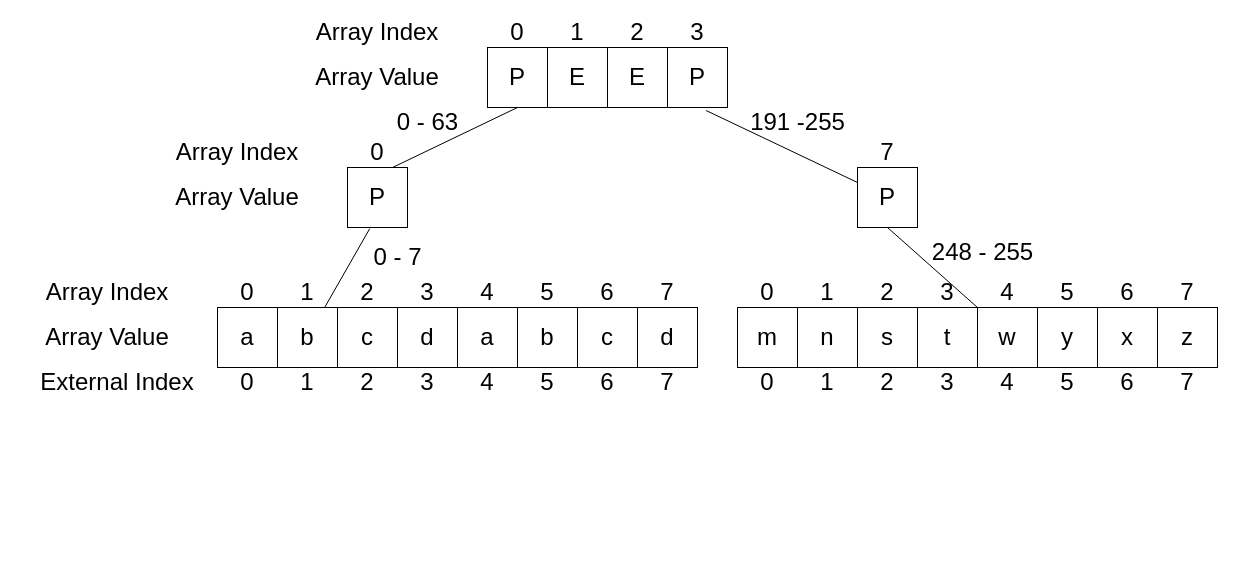
Before: docs/src/ndaids/basicArrayPlusOneWithSpaceOptimization.drawio in adligo/i_collections.adligo.org, a draw.io diagram. Source tidied: cells renumbered, new cells numbered last; positions are measured from the earlier drawing's top-left corner, leaving out a move shared by most shapes. Both pictures are drawn from the tidied source at 100%, with x=0, y=0 at pixel (17, 17).
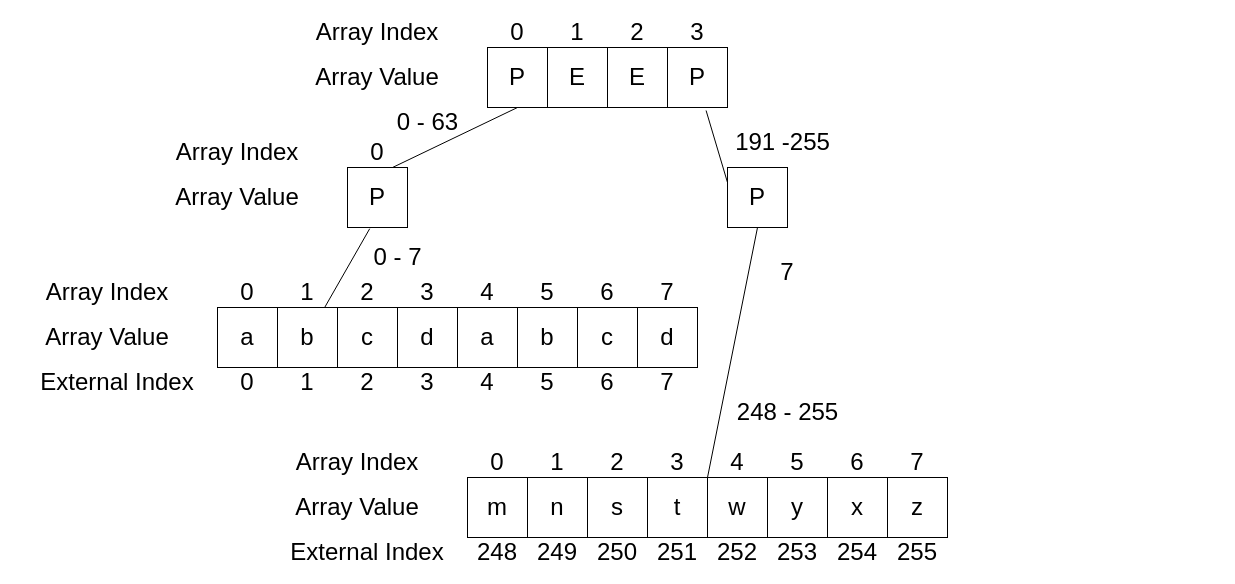
The same diagram, later.

Change to the diagram source:
```diff
@@
     <mxCell id="35" value="P" style="rounded=0;whiteSpace=wrap;html=1;fontSize=24;" parent="1" vertex="1">
-      <mxGeometry x="840" y="150" width="60" height="60" as="geometry" />
+      <mxGeometry x="710" y="150" width="60" height="60" as="geometry" />
     </mxCell>
     <mxCell id="36" value="7" style="text;html=1;strokeColor=none;fillColor=none;align=center;verticalAlign=middle;whiteSpace=wrap;rounded=0;fontSize=24;" parent="1" vertex="1">
-      <mxGeometry x="840" y="120" width="60" height="30" as="geometry" />
+      <mxGeometry x="740" y="240" width="60" height="30" as="geometry" />
     </mxCell>
@@
     <mxCell id="39" value="191 -255" style="text;html=1;align=center;verticalAlign=middle;strokeColor=none;fillColor=none;fontSize=24;" parent="1" vertex="1">
-      <mxGeometry x="725" y="90" width="110" height="30" as="geometry" />
+      <mxGeometry x="710" y="110" width="110" height="30" as="geometry" />
     </mxCell>
     <mxCell id="40" value="248 - 255" style="text;html=1;align=center;verticalAlign=middle;strokeColor=none;fillColor=none;fontSize=24;" parent="1" vertex="1">
-      <mxGeometry x="905" y="220" width="120" height="30" as="geometry" />
+      <mxGeometry x="710" y="380" width="120" height="30" as="geometry" />
     </mxCell>
@@
     <mxCell id="53" value="m" style="rounded=0;whiteSpace=wrap;html=1;fontSize=24;" parent="1" vertex="1">
-      <mxGeometry x="720" y="290" width="60" height="60" as="geometry" />
+      <mxGeometry x="450" y="460" width="60" height="60" as="geometry" />
     </mxCell>
     <mxCell id="54" value="n" style="rounded=0;whiteSpace=wrap;html=1;fontSize=24;" parent="1" vertex="1">
-      <mxGeometry x="780" y="290" width="60" height="60" as="geometry" />
+      <mxGeometry x="510" y="460" width="60" height="60" as="geometry" />
     </mxCell>
     <mxCell id="55" value="s" style="rounded=0;whiteSpace=wrap;html=1;fontSize=24;" parent="1" vertex="1">
-      <mxGeometry x="840" y="290" width="60" height="60" as="geometry" />
+      <mxGeometry x="570" y="460" width="60" height="60" as="geometry" />
     </mxCell>
     <mxCell id="56" value="t" style="rounded=0;whiteSpace=wrap;html=1;fontSize=24;" parent="1" vertex="1">
-      <mxGeometry x="900" y="290" width="60" height="60" as="geometry" />
+      <mxGeometry x="630" y="460" width="60" height="60" as="geometry" />
     </mxCell>
     <mxCell id="57" value="0" style="text;html=1;strokeColor=none;fillColor=none;align=center;verticalAlign=middle;whiteSpace=wrap;rounded=0;fontSize=24;" parent="1" vertex="1">
-      <mxGeometry x="720" y="260" width="60" height="30" as="geometry" />
+      <mxGeometry x="450" y="430" width="60" height="30" as="geometry" />
     </mxCell>
     <mxCell id="58" value="1" style="text;html=1;strokeColor=none;fillColor=none;align=center;verticalAlign=middle;whiteSpace=wrap;rounded=0;fontSize=24;" parent="1" vertex="1">
-      <mxGeometry x="780" y="260" width="60" height="30" as="geometry" />
+      <mxGeometry x="510" y="430" width="60" height="30" as="geometry" />
     </mxCell>
     <mxCell id="59" value="2" style="text;html=1;strokeColor=none;fillColor=none;align=center;verticalAlign=middle;whiteSpace=wrap;rounded=0;fontSize=24;" parent="1" vertex="1">
-      <mxGeometry x="840" y="260" width="60" height="30" as="geometry" />
+      <mxGeometry x="570" y="430" width="60" height="30" as="geometry" />
     </mxCell>
     <mxCell id="60" value="3" style="text;html=1;strokeColor=none;fillColor=none;align=center;verticalAlign=middle;whiteSpace=wrap;rounded=0;fontSize=24;" parent="1" vertex="1">
-      <mxGeometry x="900" y="260" width="60" height="30" as="geometry" />
+      <mxGeometry x="630" y="430" width="60" height="30" as="geometry" />
     </mxCell>
-    <mxCell id="61" value="0" style="text;html=1;strokeColor=none;fillColor=none;align=center;verticalAlign=middle;whiteSpace=wrap;rounded=0;fontSize=24;" parent="1" vertex="1">
-      <mxGeometry x="720" y="350" width="60" height="30" as="geometry" />
+    <mxCell id="61" value="248" style="text;html=1;strokeColor=none;fillColor=none;align=center;verticalAlign=middle;whiteSpace=wrap;rounded=0;fontSize=24;" parent="1" vertex="1">
+      <mxGeometry x="450" y="520" width="60" height="30" as="geometry" />
     </mxCell>
-    <mxCell id="62" value="1" style="text;html=1;strokeColor=none;fillColor=none;align=center;verticalAlign=middle;whiteSpace=wrap;rounded=0;fontSize=24;" parent="1" vertex="1">
-      <mxGeometry x="780" y="350" width="60" height="30" as="geometry" />
+    <mxCell id="62" value="249" style="text;html=1;strokeColor=none;fillColor=none;align=center;verticalAlign=middle;whiteSpace=wrap;rounded=0;fontSize=24;" parent="1" vertex="1">
+      <mxGeometry x="510" y="520" width="60" height="30" as="geometry" />
     </mxCell>
-    <mxCell id="63" value="2" style="text;html=1;strokeColor=none;fillColor=none;align=center;verticalAlign=middle;whiteSpace=wrap;rounded=0;fontSize=24;" parent="1" vertex="1">
-      <mxGeometry x="840" y="350" width="60" height="30" as="geometry" />
+    <mxCell id="63" value="250" style="text;html=1;strokeColor=none;fillColor=none;align=center;verticalAlign=middle;whiteSpace=wrap;rounded=0;fontSize=24;" parent="1" vertex="1">
+      <mxGeometry x="570" y="520" width="60" height="30" as="geometry" />
     </mxCell>
-    <mxCell id="64" value="3" style="text;html=1;strokeColor=none;fillColor=none;align=center;verticalAlign=middle;whiteSpace=wrap;rounded=0;fontSize=24;" parent="1" vertex="1">
-      <mxGeometry x="900" y="350" width="60" height="30" as="geometry" />
+    <mxCell id="64" value="251" style="text;html=1;strokeColor=none;fillColor=none;align=center;verticalAlign=middle;whiteSpace=wrap;rounded=0;fontSize=24;" parent="1" vertex="1">
+      <mxGeometry x="630" y="520" width="60" height="30" as="geometry" />
     </mxCell>
     <mxCell id="65" value="w" style="rounded=0;whiteSpace=wrap;html=1;fontSize=24;" parent="1" vertex="1">
-      <mxGeometry x="960" y="290" width="60" height="60" as="geometry" />
+      <mxGeometry x="690" y="460" width="60" height="60" as="geometry" />
     </mxCell>
     <mxCell id="66" value="y" style="rounded=0;whiteSpace=wrap;html=1;fontSize=24;" parent="1" vertex="1">
-      <mxGeometry x="1020" y="290" width="60" height="60" as="geometry" />
+      <mxGeometry x="750" y="460" width="60" height="60" as="geometry" />
     </mxCell>
     <mxCell id="67" value="x" style="rounded=0;whiteSpace=wrap;html=1;fontSize=24;" parent="1" vertex="1">
-      <mxGeometry x="1080" y="290" width="60" height="60" as="geometry" />
+      <mxGeometry x="810" y="460" width="60" height="60" as="geometry" />
     </mxCell>
     <mxCell id="68" value="z" style="rounded=0;whiteSpace=wrap;html=1;fontSize=24;" parent="1" vertex="1">
-      <mxGeometry x="1140" y="290" width="60" height="60" as="geometry" />
+      <mxGeometry x="870" y="460" width="60" height="60" as="geometry" />
     </mxCell>
     <mxCell id="69" value="4" style="text;html=1;strokeColor=none;fillColor=none;align=center;verticalAlign=middle;whiteSpace=wrap;rounded=0;fontSize=24;" parent="1" vertex="1">
-      <mxGeometry x="960" y="260" width="60" height="30" as="geometry" />
+      <mxGeometry x="690" y="430" width="60" height="30" as="geometry" />
     </mxCell>
     <mxCell id="70" value="5" style="text;html=1;strokeColor=none;fillColor=none;align=center;verticalAlign=middle;whiteSpace=wrap;rounded=0;fontSize=24;" parent="1" vertex="1">
-      <mxGeometry x="1020" y="260" width="60" height="30" as="geometry" />
+      <mxGeometry x="750" y="430" width="60" height="30" as="geometry" />
     </mxCell>
     <mxCell id="71" value="6" style="text;html=1;strokeColor=none;fillColor=none;align=center;verticalAlign=middle;whiteSpace=wrap;rounded=0;fontSize=24;" parent="1" vertex="1">
-      <mxGeometry x="1080" y="260" width="60" height="30" as="geometry" />
+      <mxGeometry x="810" y="430" width="60" height="30" as="geometry" />
     </mxCell>
     <mxCell id="72" value="7" style="text;html=1;strokeColor=none;fillColor=none;align=center;verticalAlign=middle;whiteSpace=wrap;rounded=0;fontSize=24;" parent="1" vertex="1">
-      <mxGeometry x="1140" y="260" width="60" height="30" as="geometry" />
+      <mxGeometry x="870" y="430" width="60" height="30" as="geometry" />
     </mxCell>
-    <mxCell id="73" value="4" style="text;html=1;strokeColor=none;fillColor=none;align=center;verticalAlign=middle;whiteSpace=wrap;rounded=0;fontSize=24;" parent="1" vertex="1">
-      <mxGeometry x="960" y="350" width="60" height="30" as="geometry" />
+    <mxCell id="73" value="252" style="text;html=1;strokeColor=none;fillColor=none;align=center;verticalAlign=middle;whiteSpace=wrap;rounded=0;fontSize=24;" parent="1" vertex="1">
+      <mxGeometry x="690" y="520" width="60" height="30" as="geometry" />
     </mxCell>
-    <mxCell id="74" value="5" style="text;html=1;strokeColor=none;fillColor=none;align=center;verticalAlign=middle;whiteSpace=wrap;rounded=0;fontSize=24;" parent="1" vertex="1">
-      <mxGeometry x="1020" y="350" width="60" height="30" as="geometry" />
+    <mxCell id="74" value="253" style="text;html=1;strokeColor=none;fillColor=none;align=center;verticalAlign=middle;whiteSpace=wrap;rounded=0;fontSize=24;" parent="1" vertex="1">
+      <mxGeometry x="750" y="520" width="60" height="30" as="geometry" />
     </mxCell>
-    <mxCell id="75" value="6" style="text;html=1;strokeColor=none;fillColor=none;align=center;verticalAlign=middle;whiteSpace=wrap;rounded=0;fontSize=24;" parent="1" vertex="1">
-      <mxGeometry x="1080" y="350" width="60" height="30" as="geometry" />
+    <mxCell id="75" value="254" style="text;html=1;strokeColor=none;fillColor=none;align=center;verticalAlign=middle;whiteSpace=wrap;rounded=0;fontSize=24;" parent="1" vertex="1">
+      <mxGeometry x="810" y="520" width="60" height="30" as="geometry" />
     </mxCell>
-    <mxCell id="76" value="7" style="text;html=1;strokeColor=none;fillColor=none;align=center;verticalAlign=middle;whiteSpace=wrap;rounded=0;fontSize=24;" parent="1" vertex="1">
-      <mxGeometry x="1140" y="350" width="60" height="30" as="geometry" />
+    <mxCell id="76" value="255" style="text;html=1;strokeColor=none;fillColor=none;align=center;verticalAlign=middle;whiteSpace=wrap;rounded=0;fontSize=24;" parent="1" vertex="1">
+      <mxGeometry x="870" y="520" width="60" height="30" as="geometry" />
     </mxCell>
+    <mxCell id="77" value="Array Index" style="text;html=1;strokeColor=none;fillColor=none;align=center;verticalAlign=middle;whiteSpace=wrap;rounded=0;fontSize=24;" parent="1" vertex="1">
+      <mxGeometry x="250" y="430" width="180" height="30" as="geometry" />
+    </mxCell>
+    <mxCell id="78" value="Array Value" style="text;html=1;strokeColor=none;fillColor=none;align=center;verticalAlign=middle;whiteSpace=wrap;rounded=0;fontSize=24;" parent="1" vertex="1">
+      <mxGeometry x="250" y="475" width="180" height="30" as="geometry" />
+    </mxCell>
+    <mxCell id="79" value="External Index" style="text;html=1;strokeColor=none;fillColor=none;align=center;verticalAlign=middle;whiteSpace=wrap;rounded=0;fontSize=24;" parent="1" vertex="1">
+      <mxGeometry x="260" y="520" width="180" height="30" as="geometry" />
+    </mxCell>
```
